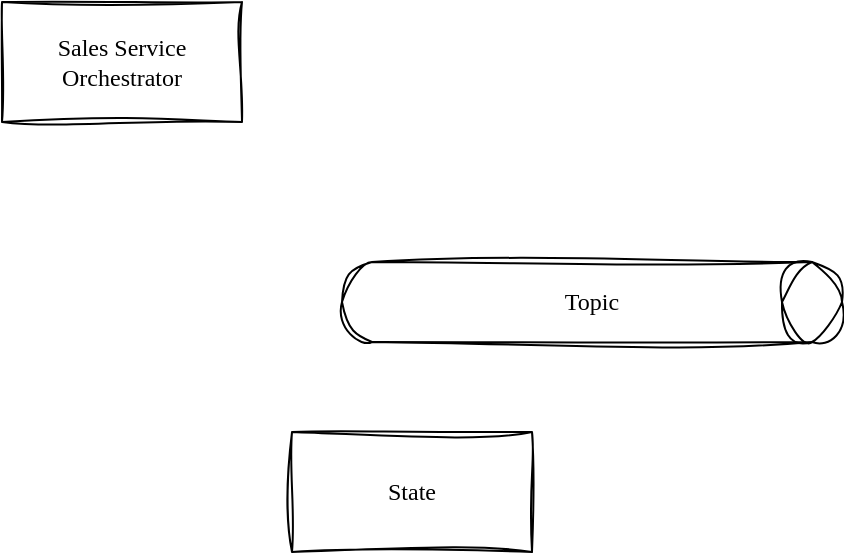
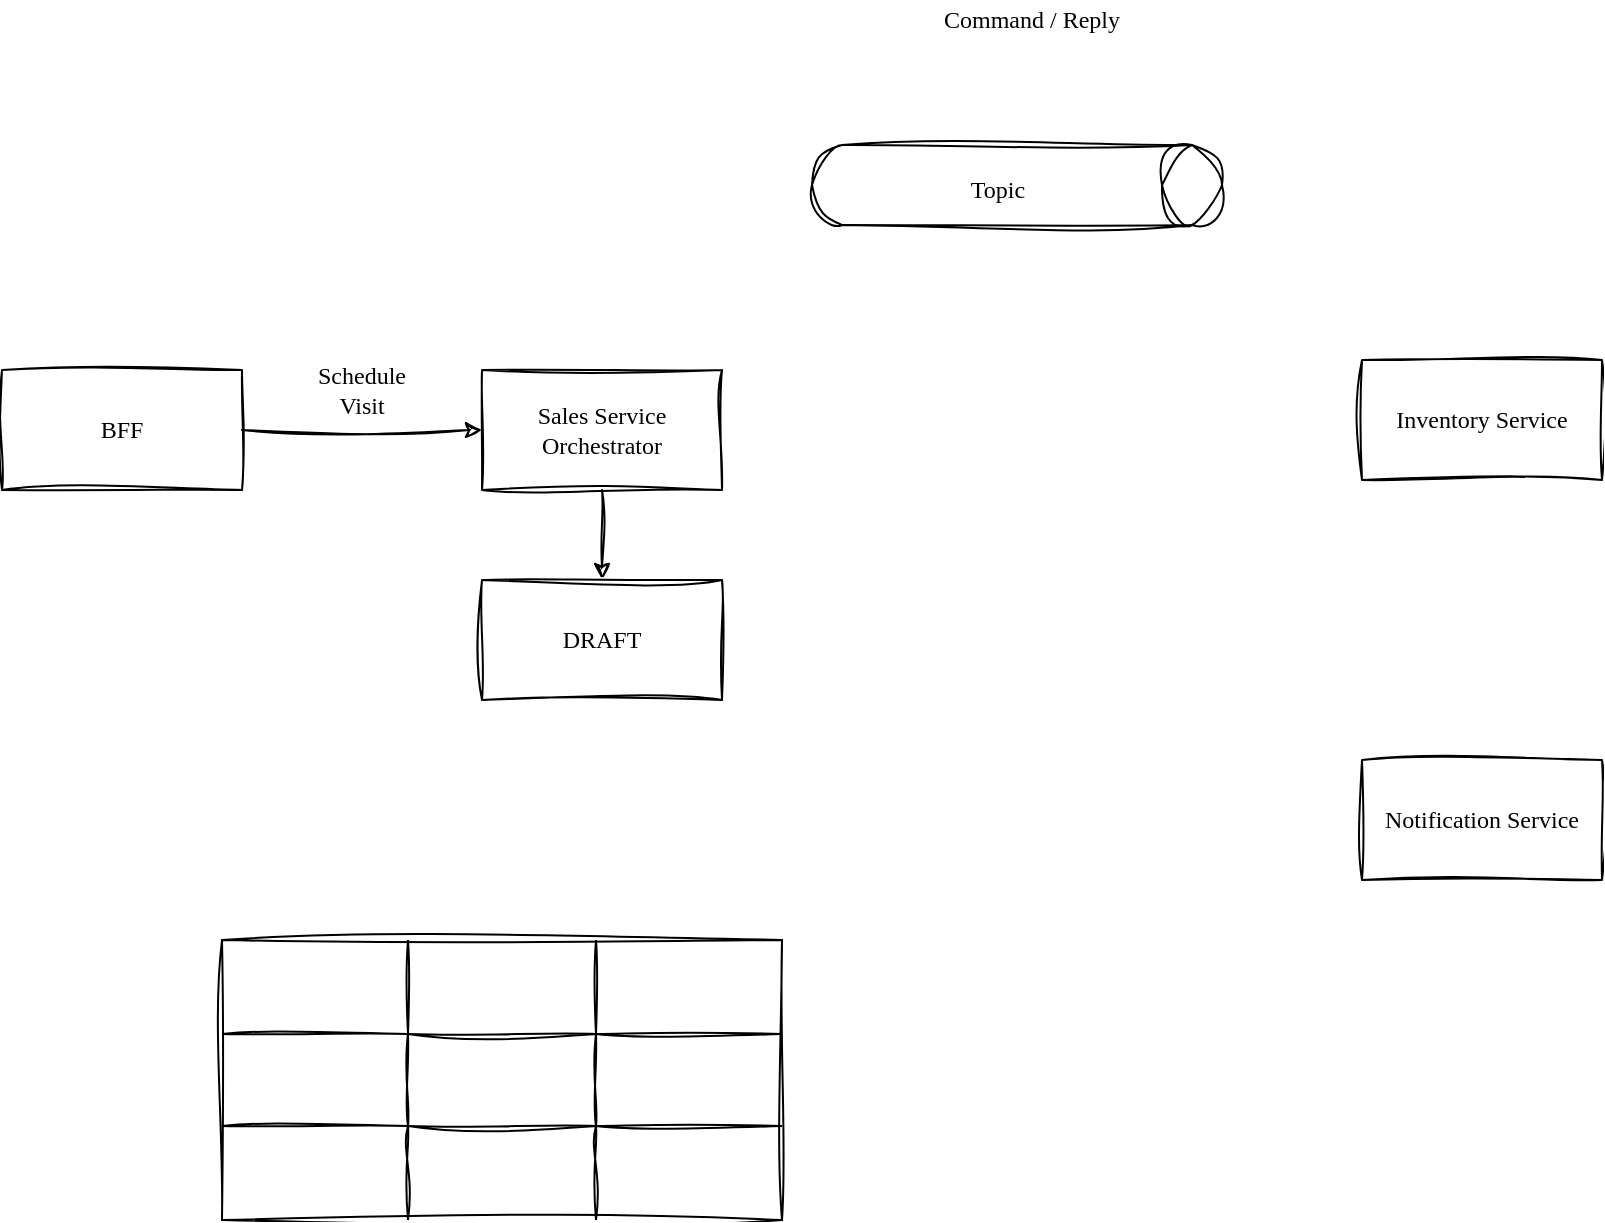
<mxfile host="app.diagrams.net">
  <diagram name="Page-1" id="OtJmDSgMmqJOkKgm2aDL">
    <mxGraphModel dx="964" dy="717" grid="1" gridSize="10" guides="1" tooltips="1" connect="1" arrows="1" fold="1" page="1" pageScale="1" pageWidth="850" pageHeight="1100" math="0" shadow="0">
      <root>
        <mxCell id="0" />
        <mxCell id="1" parent="0" />
+         <mxCell id="95RCLVI1cUlb_wy0knZr-9" edge="1" parent="1" source="95RCLVI1cUlb_wy0knZr-1" style="edgeStyle=orthogonalEdgeStyle;rounded=0;orthogonalLoop=1;jettySize=auto;html=1;entryX=0.5;entryY=0;entryDx=0;entryDy=0;sketch=1;curveFitting=1;jiggle=2;" target="95RCLVI1cUlb_wy0knZr-5">
+           <mxGeometry relative="1" as="geometry" />
+         </mxCell>
        <mxCell id="95RCLVI1cUlb_wy0knZr-1" parent="1" style="rounded=0;whiteSpace=wrap;html=1;sketch=1;curveFitting=1;jiggle=2;" value="&lt;font face=&quot;Comic Sans MS&quot;&gt;Sales Service Orchestrator&lt;/font&gt;" vertex="1">
-           <mxGeometry height="60" width="120" x="220" y="200" as="geometry" />
+           <mxGeometry height="60" width="120" x="270" y="225" as="geometry" />
        </mxCell>
        <mxCell id="95RCLVI1cUlb_wy0knZr-3" parent="1" style="shape=cylinder3;whiteSpace=wrap;html=1;boundedLbl=1;backgroundOutline=1;size=15;rotation=90;sketch=1;curveFitting=1;jiggle=2;" value="" vertex="1">
-           <mxGeometry height="250" width="40" x="495" y="225" as="geometry" />
+           <mxGeometry height="205" width="40" x="517.5" y="30" as="geometry" />
        </mxCell>
        <mxCell id="95RCLVI1cUlb_wy0knZr-4" parent="1" style="text;html=1;whiteSpace=wrap;strokeColor=none;fillColor=none;align=center;verticalAlign=middle;rounded=0;fontFamily=Comic Sans MS;" value="Topic" vertex="1">
-           <mxGeometry height="30" width="60" x="485" y="335" as="geometry" />
+           <mxGeometry height="30" width="60" x="497.5" y="120" as="geometry" />
        </mxCell>
-         <mxCell id="95RCLVI1cUlb_wy0knZr-5" parent="1" style="rounded=0;whiteSpace=wrap;html=1;sketch=1;curveFitting=1;jiggle=2;" value="&lt;font face=&quot;Comic Sans MS&quot;&gt;State&lt;/font&gt;" vertex="1">
-           <mxGeometry height="60" width="120" x="365" y="415" as="geometry" />
+         <mxCell id="95RCLVI1cUlb_wy0knZr-5" parent="1" style="rounded=0;whiteSpace=wrap;html=1;sketch=1;curveFitting=1;jiggle=2;" value="&lt;font face=&quot;Comic Sans MS&quot;&gt;DRAFT&lt;/font&gt;" vertex="1">
+           <mxGeometry height="60" width="120" x="270" y="330" as="geometry" />
+         </mxCell>
+         <mxCell id="95RCLVI1cUlb_wy0knZr-7" edge="1" parent="1" source="95RCLVI1cUlb_wy0knZr-6" style="edgeStyle=orthogonalEdgeStyle;rounded=0;orthogonalLoop=1;jettySize=auto;html=1;entryX=0;entryY=0.5;entryDx=0;entryDy=0;sketch=1;curveFitting=1;jiggle=2;" target="95RCLVI1cUlb_wy0knZr-1">
+           <mxGeometry relative="1" as="geometry" />
+         </mxCell>
+         <mxCell id="95RCLVI1cUlb_wy0knZr-6" parent="1" style="rounded=0;whiteSpace=wrap;html=1;sketch=1;curveFitting=1;jiggle=2;" value="&lt;font face=&quot;Comic Sans MS&quot;&gt;BFF&lt;/font&gt;" vertex="1">
+           <mxGeometry height="60" width="120" x="30" y="225" as="geometry" />
+         </mxCell>
+         <mxCell id="95RCLVI1cUlb_wy0knZr-8" parent="1" style="text;html=1;whiteSpace=wrap;strokeColor=none;fillColor=none;align=center;verticalAlign=middle;rounded=0;fontFamily=Comic Sans MS;" value="Schedule Visit" vertex="1">
+           <mxGeometry height="30" width="60" x="180" y="220" as="geometry" />
+         </mxCell>
+         <mxCell id="95RCLVI1cUlb_wy0knZr-10" parent="1" style="shape=table;startSize=0;container=1;collapsible=0;childLayout=tableLayout;fontSize=16;sketch=1;curveFitting=1;jiggle=2;" value="" vertex="1">
+           <mxGeometry height="140" width="280" x="140" y="510" as="geometry" />
+         </mxCell>
+         <mxCell id="95RCLVI1cUlb_wy0knZr-11" parent="95RCLVI1cUlb_wy0knZr-10" style="shape=tableRow;horizontal=0;startSize=0;swimlaneHead=0;swimlaneBody=0;strokeColor=inherit;top=0;left=0;bottom=0;right=0;collapsible=0;dropTarget=0;fillColor=none;points=[[0,0.5],[1,0.5]];portConstraint=eastwest;fontSize=16;" value="" vertex="1">
+           <mxGeometry height="47" width="280" as="geometry" />
+         </mxCell>
+         <mxCell id="95RCLVI1cUlb_wy0knZr-12" parent="95RCLVI1cUlb_wy0knZr-11" style="shape=partialRectangle;html=1;whiteSpace=wrap;connectable=0;strokeColor=inherit;overflow=hidden;fillColor=none;top=0;left=0;bottom=0;right=0;pointerEvents=1;fontSize=16;" value="" vertex="1">
+           <mxGeometry height="47" width="93" as="geometry">
+             <mxRectangle height="47" width="93" as="alternateBounds" />
+           </mxGeometry>
+         </mxCell>
+         <mxCell id="95RCLVI1cUlb_wy0knZr-13" parent="95RCLVI1cUlb_wy0knZr-11" style="shape=partialRectangle;html=1;whiteSpace=wrap;connectable=0;strokeColor=inherit;overflow=hidden;fillColor=none;top=0;left=0;bottom=0;right=0;pointerEvents=1;fontSize=16;" value="" vertex="1">
+           <mxGeometry height="47" width="94" x="93" as="geometry">
+             <mxRectangle height="47" width="94" as="alternateBounds" />
+           </mxGeometry>
+         </mxCell>
+         <mxCell id="95RCLVI1cUlb_wy0knZr-14" parent="95RCLVI1cUlb_wy0knZr-11" style="shape=partialRectangle;html=1;whiteSpace=wrap;connectable=0;strokeColor=inherit;overflow=hidden;fillColor=none;top=0;left=0;bottom=0;right=0;pointerEvents=1;fontSize=16;" value="" vertex="1">
+           <mxGeometry height="47" width="93" x="187" as="geometry">
+             <mxRectangle height="47" width="93" as="alternateBounds" />
+           </mxGeometry>
+         </mxCell>
+         <mxCell id="95RCLVI1cUlb_wy0knZr-15" parent="95RCLVI1cUlb_wy0knZr-10" style="shape=tableRow;horizontal=0;startSize=0;swimlaneHead=0;swimlaneBody=0;strokeColor=inherit;top=0;left=0;bottom=0;right=0;collapsible=0;dropTarget=0;fillColor=none;points=[[0,0.5],[1,0.5]];portConstraint=eastwest;fontSize=16;" value="" vertex="1">
+           <mxGeometry height="46" width="280" y="47" as="geometry" />
+         </mxCell>
+         <mxCell id="95RCLVI1cUlb_wy0knZr-16" parent="95RCLVI1cUlb_wy0knZr-15" style="shape=partialRectangle;html=1;whiteSpace=wrap;connectable=0;strokeColor=inherit;overflow=hidden;fillColor=none;top=0;left=0;bottom=0;right=0;pointerEvents=1;fontSize=16;" value="" vertex="1">
+           <mxGeometry height="46" width="93" as="geometry">
+             <mxRectangle height="46" width="93" as="alternateBounds" />
+           </mxGeometry>
+         </mxCell>
+         <mxCell id="95RCLVI1cUlb_wy0knZr-17" parent="95RCLVI1cUlb_wy0knZr-15" style="shape=partialRectangle;html=1;whiteSpace=wrap;connectable=0;strokeColor=inherit;overflow=hidden;fillColor=none;top=0;left=0;bottom=0;right=0;pointerEvents=1;fontSize=16;" value="" vertex="1">
+           <mxGeometry height="46" width="94" x="93" as="geometry">
+             <mxRectangle height="46" width="94" as="alternateBounds" />
+           </mxGeometry>
+         </mxCell>
+         <mxCell id="95RCLVI1cUlb_wy0knZr-18" parent="95RCLVI1cUlb_wy0knZr-15" style="shape=partialRectangle;html=1;whiteSpace=wrap;connectable=0;strokeColor=inherit;overflow=hidden;fillColor=none;top=0;left=0;bottom=0;right=0;pointerEvents=1;fontSize=16;" value="" vertex="1">
+           <mxGeometry height="46" width="93" x="187" as="geometry">
+             <mxRectangle height="46" width="93" as="alternateBounds" />
+           </mxGeometry>
+         </mxCell>
+         <mxCell id="95RCLVI1cUlb_wy0knZr-19" parent="95RCLVI1cUlb_wy0knZr-10" style="shape=tableRow;horizontal=0;startSize=0;swimlaneHead=0;swimlaneBody=0;strokeColor=inherit;top=0;left=0;bottom=0;right=0;collapsible=0;dropTarget=0;fillColor=none;points=[[0,0.5],[1,0.5]];portConstraint=eastwest;fontSize=16;" value="" vertex="1">
+           <mxGeometry height="47" width="280" y="93" as="geometry" />
+         </mxCell>
+         <mxCell id="95RCLVI1cUlb_wy0knZr-20" parent="95RCLVI1cUlb_wy0knZr-19" style="shape=partialRectangle;html=1;whiteSpace=wrap;connectable=0;strokeColor=inherit;overflow=hidden;fillColor=none;top=0;left=0;bottom=0;right=0;pointerEvents=1;fontSize=16;" value="" vertex="1">
+           <mxGeometry height="47" width="93" as="geometry">
+             <mxRectangle height="47" width="93" as="alternateBounds" />
+           </mxGeometry>
+         </mxCell>
+         <mxCell id="95RCLVI1cUlb_wy0knZr-21" parent="95RCLVI1cUlb_wy0knZr-19" style="shape=partialRectangle;html=1;whiteSpace=wrap;connectable=0;strokeColor=inherit;overflow=hidden;fillColor=none;top=0;left=0;bottom=0;right=0;pointerEvents=1;fontSize=16;" value="" vertex="1">
+           <mxGeometry height="47" width="94" x="93" as="geometry">
+             <mxRectangle height="47" width="94" as="alternateBounds" />
+           </mxGeometry>
+         </mxCell>
+         <mxCell id="95RCLVI1cUlb_wy0knZr-22" parent="95RCLVI1cUlb_wy0knZr-19" style="shape=partialRectangle;html=1;whiteSpace=wrap;connectable=0;strokeColor=inherit;overflow=hidden;fillColor=none;top=0;left=0;bottom=0;right=0;pointerEvents=1;fontSize=16;" value="" vertex="1">
+           <mxGeometry height="47" width="93" x="187" as="geometry">
+             <mxRectangle height="47" width="93" as="alternateBounds" />
+           </mxGeometry>
+         </mxCell>
+         <mxCell id="95RCLVI1cUlb_wy0knZr-23" parent="1" style="rounded=0;whiteSpace=wrap;html=1;sketch=1;curveFitting=1;jiggle=2;" value="&lt;font face=&quot;Comic Sans MS&quot;&gt;Inventory Service&lt;/font&gt;" vertex="1">
+           <mxGeometry height="60" width="120" x="710" y="220" as="geometry" />
+         </mxCell>
+         <mxCell id="95RCLVI1cUlb_wy0knZr-25" parent="1" style="rounded=0;whiteSpace=wrap;html=1;sketch=1;curveFitting=1;jiggle=2;" value="&lt;font face=&quot;Comic Sans MS&quot;&gt;Notification Service&lt;/font&gt;" vertex="1">
+           <mxGeometry height="60" width="120" x="710" y="420" as="geometry" />
+         </mxCell>
+         <mxCell id="95RCLVI1cUlb_wy0knZr-26" parent="1" style="text;html=1;whiteSpace=wrap;strokeColor=none;fillColor=none;align=center;verticalAlign=middle;rounded=0;fontFamily=Comic Sans MS;" value="Command / Reply" vertex="1">
+           <mxGeometry height="20" width="110" x="490" y="40" as="geometry" />
        </mxCell>
      </root>
    </mxGraphModel>
  </diagram>
</mxfile>
